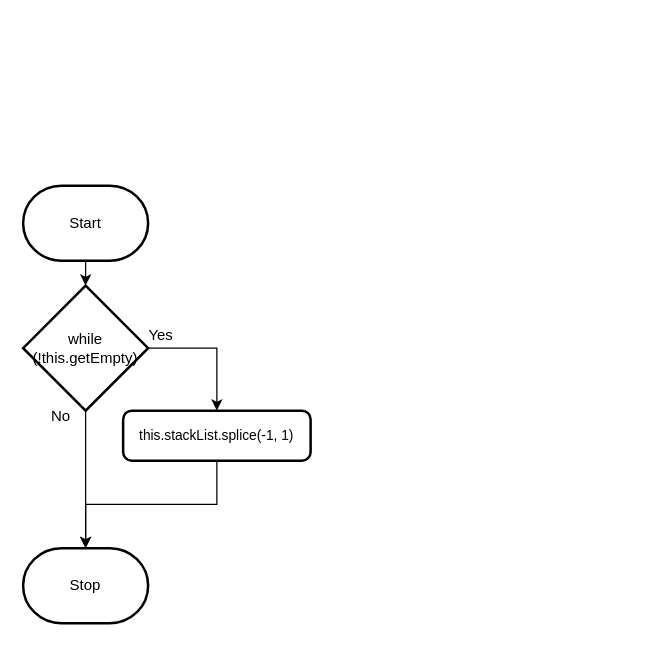
Before: 5/design/flowchart.drawio in Dominic-Madeira/ICS4U-Unit-2, a draw.io diagram. Source tidied: cells renumbered, new cells numbered last; positions are measured from the earlier drawing's top-left corner, leaving out a move shared by most shapes. Both pictures are drawn from the tidied source at 125%, with x=0, y=0 at pixel (22, 185).
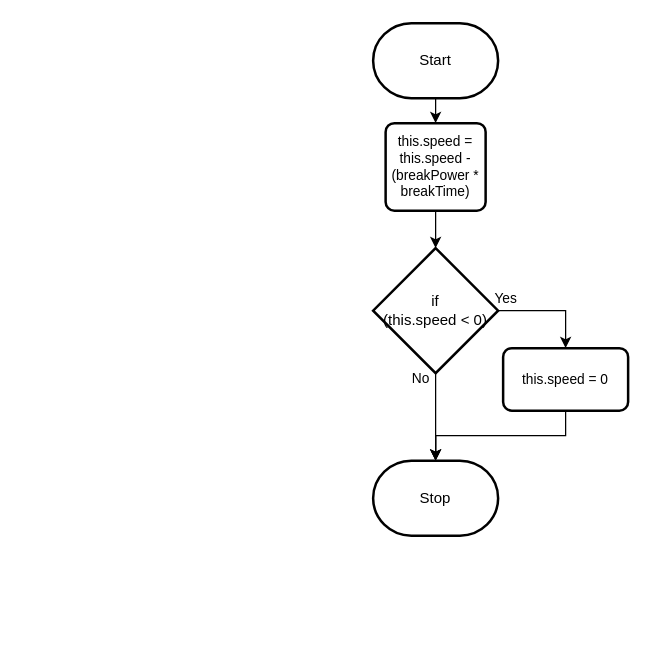
Above is the later version.

What changed in the source:
```diff
@@
 <mxGraphModel>
   <root>
     <mxCell id="0" />
     <mxCell id="1" parent="0" />
-    <mxCell id="2" style="edgeStyle=none;html=1;" parent="1" edge="1" source="3">
-      <mxGeometry relative="1" as="geometry">
-        <mxPoint x="50" y="80" as="targetPoint" />
-      </mxGeometry>
-    </mxCell>
+    <mxCell id="12" style="edgeStyle=elbowEdgeStyle;shape=connector;rounded=0;elbow=vertical;html=1;entryX=0.5;entryY=0;entryDx=0;entryDy=0;labelBackgroundColor=default;strokeColor=default;fontFamily=Helvetica;fontSize=11;fontColor=default;endArrow=classic;" parent="1" edge="1" source="3" target="14">
+      <mxGeometry relative="1" as="geometry" />
+    </mxCell>
     <mxCell id="3" value="Start" style="strokeWidth=2;html=1;shape=mxgraph.flowchart.terminator;whiteSpace=wrap;" parent="1" vertex="1">
-      <mxGeometry width="100" height="60" as="geometry" />
+      <mxGeometry x="280" y="-130" width="100" height="60" as="geometry" />
     </mxCell>
+    <mxCell id="13" style="edgeStyle=elbowEdgeStyle;shape=connector;rounded=0;elbow=vertical;html=1;labelBackgroundColor=default;strokeColor=default;fontFamily=Helvetica;fontSize=11;fontColor=default;endArrow=classic;" parent="1" edge="1" source="14" target="18">
+      <mxGeometry relative="1" as="geometry" />
+    </mxCell>
+    <mxCell id="14" value="this.speed = this.speed - (breakPower * breakTime)" style="rounded=1;whiteSpace=wrap;html=1;absoluteArcSize=1;arcSize=14;strokeWidth=2;fontFamily=Helvetica;fontSize=11;fontColor=default;" parent="1" vertex="1">
+      <mxGeometry x="290" y="-50" width="80" height="70" as="geometry" />
+    </mxCell>
     <mxCell id="4" value="Stop" style="strokeWidth=2;html=1;shape=mxgraph.flowchart.terminator;whiteSpace=wrap;" parent="1" vertex="1">
-      <mxGeometry y="290" width="100" height="60" as="geometry" />
+      <mxGeometry x="280" y="220" width="100" height="60" as="geometry" />
     </mxCell>
-    <mxCell id="5" style="edgeStyle=elbowEdgeStyle;shape=connector;rounded=0;elbow=vertical;html=1;labelBackgroundColor=default;strokeColor=default;fontFamily=Helvetica;fontSize=11;fontColor=default;endArrow=classic;exitX=1;exitY=0.5;exitDx=0;exitDy=0;exitPerimeter=0;entryX=0.5;entryY=0;entryDx=0;entryDy=0;" parent="1" edge="1" source="7" target="11">
-      <mxGeometry relative="1" as="geometry">
-        <Array as="points">
-          <mxPoint x="120" y="130" />
-        </Array>
-      </mxGeometry>
-    </mxCell>
-    <mxCell id="6" style="edgeStyle=elbowEdgeStyle;shape=connector;rounded=0;elbow=vertical;html=1;labelBackgroundColor=default;strokeColor=default;fontFamily=Helvetica;fontSize=11;fontColor=default;endArrow=classic;" parent="1" edge="1" source="7" target="4">
-      <mxGeometry relative="1" as="geometry" />
-    </mxCell>
-    <mxCell id="7" value="while&lt;br&gt;(!this.getEmpty)" style="strokeWidth=2;html=1;shape=mxgraph.flowchart.decision;whiteSpace=wrap;" parent="1" vertex="1">
-      <mxGeometry y="80" width="100" height="100" as="geometry" />
-    </mxCell>
+    <mxCell id="15" style="edgeStyle=none;html=1;" parent="1" edge="1" target="4">
+      <mxGeometry relative="1" as="geometry">
+        <mxPoint x="330" y="200" as="sourcePoint" />
+      </mxGeometry>
+    </mxCell>
+    <mxCell id="16" style="edgeStyle=elbowEdgeStyle;shape=connector;html=1;entryX=0.5;entryY=0;entryDx=0;entryDy=0;labelBackgroundColor=default;strokeColor=default;fontFamily=Helvetica;fontSize=11;fontColor=default;endArrow=classic;rounded=0;elbow=vertical;exitX=1;exitY=0.5;exitDx=0;exitDy=0;exitPerimeter=0;" parent="1" edge="1" source="18" target="20">
+      <mxGeometry relative="1" as="geometry">
+        <Array as="points">
+          <mxPoint x="410" y="100" />
+        </Array>
+      </mxGeometry>
+    </mxCell>
+    <mxCell id="17" style="edgeStyle=elbowEdgeStyle;shape=connector;rounded=0;elbow=vertical;html=1;labelBackgroundColor=default;strokeColor=default;fontFamily=Helvetica;fontSize=11;fontColor=default;endArrow=classic;" parent="1" edge="1" source="18" target="4">
+      <mxGeometry relative="1" as="geometry" />
+    </mxCell>
+    <mxCell id="18" value="if&lt;br&gt;(this.speed &amp;lt; 0)" style="strokeWidth=2;html=1;shape=mxgraph.flowchart.decision;whiteSpace=wrap;" parent="1" vertex="1">
+      <mxGeometry x="280" y="50" width="100" height="100" as="geometry" />
+    </mxCell>
+    <mxCell id="19" style="edgeStyle=elbowEdgeStyle;shape=connector;rounded=0;elbow=vertical;html=1;labelBackgroundColor=default;strokeColor=default;fontFamily=Helvetica;fontSize=11;fontColor=default;endArrow=classic;" parent="1" edge="1" source="20" target="4">
+      <mxGeometry relative="1" as="geometry">
+        <Array as="points">
+          <mxPoint x="330" y="200" />
+        </Array>
+      </mxGeometry>
+    </mxCell>
+    <mxCell id="20" value="this.speed = 0" style="rounded=1;whiteSpace=wrap;html=1;absoluteArcSize=1;arcSize=14;strokeWidth=2;fontFamily=Helvetica;fontSize=11;fontColor=default;" parent="1" vertex="1">
+      <mxGeometry x="384" y="130" width="100" height="50" as="geometry" />
+    </mxCell>
+    <mxCell id="9" value="Yes" style="text;html=1;align=center;verticalAlign=middle;strokeColor=none;fillColor=none;fontSize=11;fontFamily=Helvetica;fontColor=default;" parent="1" vertex="1">
+      <mxGeometry x="366" y="75" width="40" height="30" as="geometry" />
+    </mxCell>
-    <mxCell id="8" value="No" style="text;html=1;align=center;verticalAlign=middle;strokeColor=none;fillColor=none;" parent="1" vertex="1">
-      <mxGeometry x="10" y="170" width="40" height="30" as="geometry" />
+    <mxCell id="8" value="No" style="text;html=1;align=center;verticalAlign=middle;strokeColor=none;fillColor=none;fontSize=11;fontFamily=Helvetica;fontColor=default;" parent="1" vertex="1">
+      <mxGeometry x="298" y="139" width="40" height="30" as="geometry" />
     </mxCell>
-    <mxCell id="9" value="Yes" style="text;html=1;align=center;verticalAlign=middle;strokeColor=none;fillColor=none;" parent="1" vertex="1">
-      <mxGeometry x="90" y="105" width="40" height="30" as="geometry" />
-    </mxCell>
-    <mxCell id="10" style="edgeStyle=elbowEdgeStyle;shape=connector;rounded=0;elbow=vertical;html=1;labelBackgroundColor=default;strokeColor=default;fontFamily=Helvetica;fontSize=11;fontColor=default;endArrow=classic;" parent="1" edge="1" source="11" target="4">
-      <mxGeometry relative="1" as="geometry" />
-    </mxCell>
-    <mxCell id="11" value="this.stackList.splice(-1, 1)" style="rounded=1;whiteSpace=wrap;html=1;absoluteArcSize=1;arcSize=14;strokeWidth=2;fontFamily=Helvetica;fontSize=11;fontColor=default;" parent="1" vertex="1">
-      <mxGeometry x="80" y="180" width="150" height="40" as="geometry" />
-    </mxCell>
   </root>
 </mxGraphModel>
```
